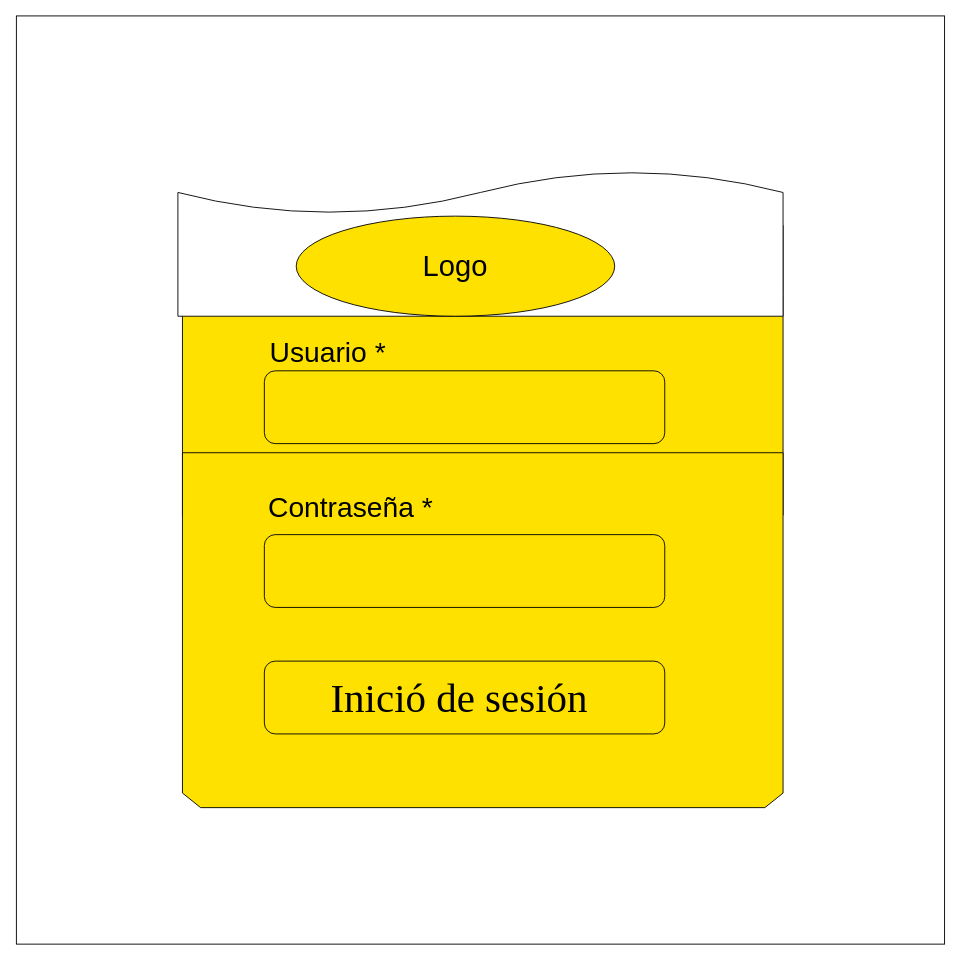
The draw.io diagram page "Page-8" (8 of 9) of Bocetos/Bocetos-de-login/Untitled Diagram.drawio in Evaristodantur/BierClub, before the edit. Source tidied: cells renumbered, new cells numbered last; positions are measured from the earlier drawing's top-left corner, leaving out a move shared by most shapes. Both pictures are drawn from the tidied source at 91%, with x=0, y=0 at pixel (16, 15).
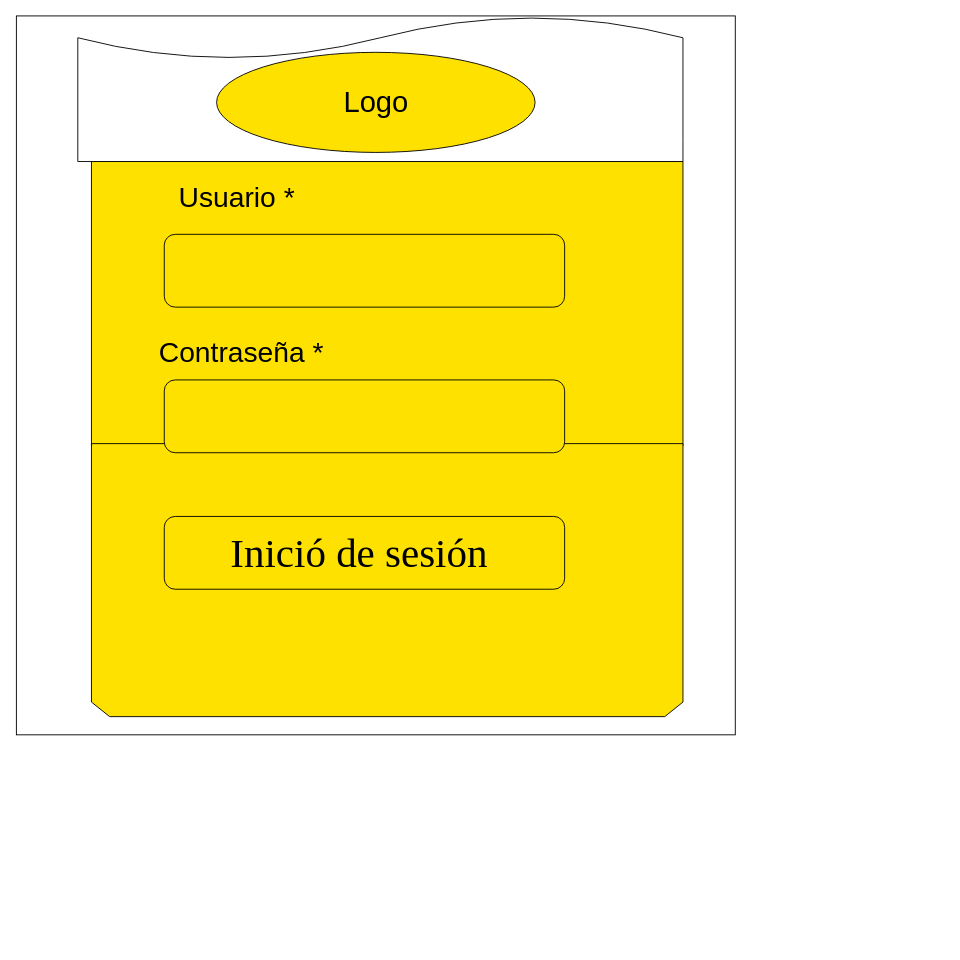
The same diagram, later.

The edit, as a diff of the source:
```diff
@@
 <mxGraphModel>
   <root>
     <mxCell id="0" />
     <mxCell id="1" parent="0" />
     <mxCell id="2" style="whiteSpace=wrap;html=1;" parent="1" vertex="1">
-      <mxGeometry x="-0.5" width="1020" height="1020" as="geometry" />
+      <mxGeometry x="-0.5" width="790" height="790" as="geometry" />
     </mxCell>
     <mxCell id="3" style="shape=offPageConnector;whiteSpace=wrap;html=1;fillColor=#FFE100;gradientColor=none;fontSize=31;" parent="1" vertex="1">
-      <mxGeometry x="182" y="230" width="660" height="510" as="geometry" />
+      <mxGeometry x="82" y="160" width="650" height="500" as="geometry" />
     </mxCell>
     <mxCell id="4" style="shape=loopLimit;whiteSpace=wrap;html=1;fillColor=#FFE100;gradientColor=none;fontSize=31;rotation=-180;" parent="1" vertex="1">
-      <mxGeometry x="182" y="480" width="660" height="390" as="geometry" />
+      <mxGeometry x="82" y="470" width="650" height="300" as="geometry" />
     </mxCell>
     <mxCell id="5" style="shape=document;whiteSpace=wrap;html=1;boundedLbl=1;rotation=-180;verticalAlign=middle;" parent="1" vertex="1">
-      <mxGeometry x="177" y="170" width="665" height="160" as="geometry" />
+      <mxGeometry x="67" width="665" height="160" as="geometry" />
     </mxCell>
     <mxCell id="6" value="&lt;font style=&quot;font-size: 32px&quot;&gt;Logo&lt;/font&gt;" style="ellipse;whiteSpace=wrap;html=1;fillColor=#FFE100;gradientColor=none;fontSize=15;" parent="1" vertex="1">
-      <mxGeometry x="307" y="220" width="350" height="110" as="geometry" />
+      <mxGeometry x="219.5" y="40" width="350" height="110" as="geometry" />
     </mxCell>
     <mxCell id="7" value="Usuario *" style="text;html=1;strokeColor=none;fillColor=none;align=center;verticalAlign=middle;whiteSpace=wrap;rounded=0;fontSize=31;" parent="1" vertex="1">
-      <mxGeometry x="272" y="360" width="140" height="20" as="geometry" />
+      <mxGeometry x="172" y="190" width="140" height="20" as="geometry" />
     </mxCell>
     <mxCell id="8" style="rounded=1;whiteSpace=wrap;html=1;fillColor=#FFE100;gradientColor=none;fontSize=31;" parent="1" vertex="1">
-      <mxGeometry x="272" y="570" width="440" height="80" as="geometry" />
+      <mxGeometry x="162" y="400" width="440" height="80" as="geometry" />
     </mxCell>
     <mxCell id="9" style="rounded=1;whiteSpace=wrap;html=1;fillColor=#FFE100;gradientColor=none;fontSize=31;" parent="1" vertex="1">
-      <mxGeometry x="272" y="390" width="440" height="80" as="geometry" />
+      <mxGeometry x="162" y="240" width="440" height="80" as="geometry" />
     </mxCell>
     <mxCell id="10" value="Contraseña *" style="text;html=1;strokeColor=none;fillColor=none;align=center;verticalAlign=middle;whiteSpace=wrap;rounded=0;fontSize=31;" parent="1" vertex="1">
-      <mxGeometry x="272" y="530" width="190" height="20" as="geometry" />
+      <mxGeometry x="152" y="360" width="190" height="20" as="geometry" />
     </mxCell>
     <mxCell id="11" value="&lt;span style=&quot;font-family: &amp;#34;times new roman&amp;#34; ; font-size: 45px&quot;&gt;Inició de sesión&amp;nbsp;&lt;/span&gt;" style="rounded=1;whiteSpace=wrap;html=1;fillColor=#FFE100;gradientColor=none;fontSize=31;" parent="1" vertex="1">
-      <mxGeometry x="272" y="709" width="440" height="80" as="geometry" />
+      <mxGeometry x="162" y="550" width="440" height="80" as="geometry" />
     </mxCell>
+    <mxCell id="12" style="edgeStyle=orthogonalEdgeStyle;rounded=0;orthogonalLoop=1;jettySize=auto;html=1;exitX=0.5;exitY=1;exitDx=0;exitDy=0;" parent="1" edge="1" source="10" target="10">
+      <mxGeometry relative="1" as="geometry" />
+    </mxCell>
   </root>
 </mxGraphModel>
```
